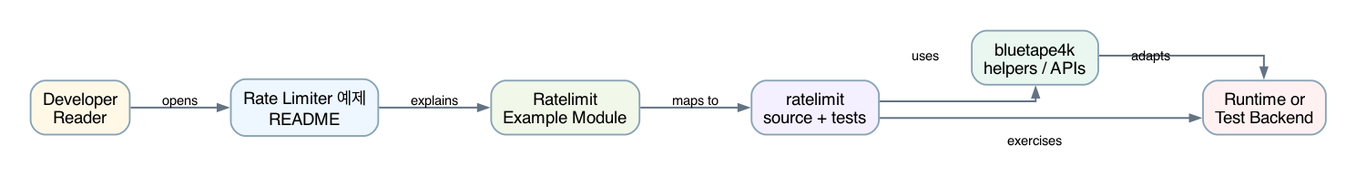
Earlier version of the Graphviz export docs/images/readme-diagrams/ratelimit-readme-architecture-01.png (bluetape4k/bluetape4k-workshop). Its source is kept beside it as docs/images/readme-diagrams/ratelimit-readme-architecture-01.dot.
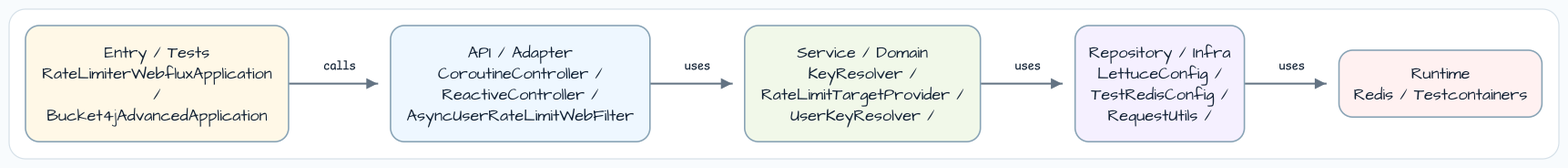
After the change.

Change to the diagram source:
```diff
@@ -14,7 +14,7 @@
     penwidth=1.4,
     color="#88A3B5",
     fillcolor="#F6FAFF",
-    fontname="Helvetica",
+    fontname="Architects Daughter",
     fontsize=14,
     margin="0.14,0.10"
   ];
@@ -22,21 +22,18 @@
     color="#637383",
     arrowsize=0.8,
     penwidth=1.5,
-    fontname="Helvetica",
+    fontname="Comic Mono",
     fontsize=11
   ];
 
-  reader [label="Developer\nReader", fillcolor="#FFF8E7"];
-  readme [label="Rate Limiter 예제\nREADME", fillcolor="#EEF7FF"];
-  module [label="Ratelimit\nExample Module", fillcolor="#F1F8E9"];
-  source [label="ratelimit\nsource + tests", fillcolor="#F5F0FF"];
-  bt [label="bluetape4k\nhelpers / APIs", fillcolor="#EAF7F0"];
-  runtime [label="Runtime or\nTest Backend", fillcolor="#FFF1F1"];
+  entry [label="Entry / Tests\nRateLimiterWebfluxApplication\n/\nBucket4jAdvancedApplication", fillcolor="#FFF8E7"];
+  api [label="API / Adapter\nCoroutineController /\nReactiveController /\nAsyncUserRateLimitWebFilter", fillcolor="#EEF7FF"];
+  service [label="Service / Domain\nKeyResolver /\nRateLimitTargetProvider /\nUserKeyResolver /", fillcolor="#F1F8E9"];
+  infra [label="Repository / Infra\nLettuceConfig /\nTestRedisConfig /\nRequestUtils /", fillcolor="#F5F0FF"];
+  runtime [label="Runtime\nRedis / Testcontainers", fillcolor="#FFF1F1"];
 
-  reader -> readme [label="opens"];
-  readme -> module [label="explains"];
-  module -> source [label="maps to"];
-  source -> bt [label="uses"];
-  source -> runtime [label="exercises"];
-  bt -> runtime [label="adapts"];
+  entry -> api [label="calls"];
+  api -> service [label="uses"];
+  service -> infra [label="uses"];
+  infra -> runtime [label="uses"];
 }
```
